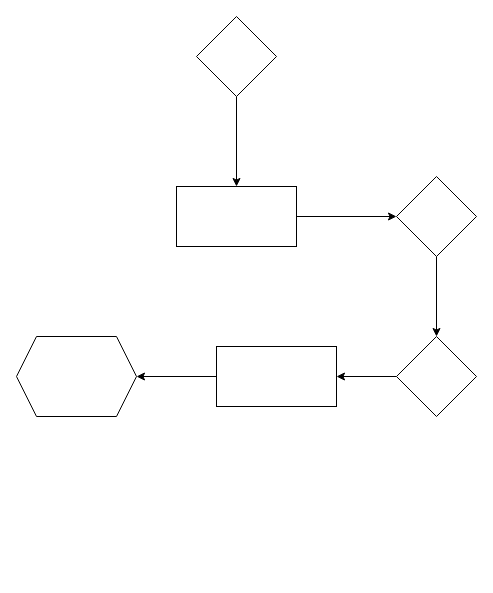
evekua/sapdiags keeps this draw.io diagram as flowcharts/ProcessTest.drawio. Above is the earlier version. Source tidied: cells renumbered, new cells numbered last; positions are measured from the earlier drawing's top-left corner, leaving out a move shared by most shapes. Both pictures are drawn from the tidied source at 100%, with x=0, y=0 at pixel (16, 16).
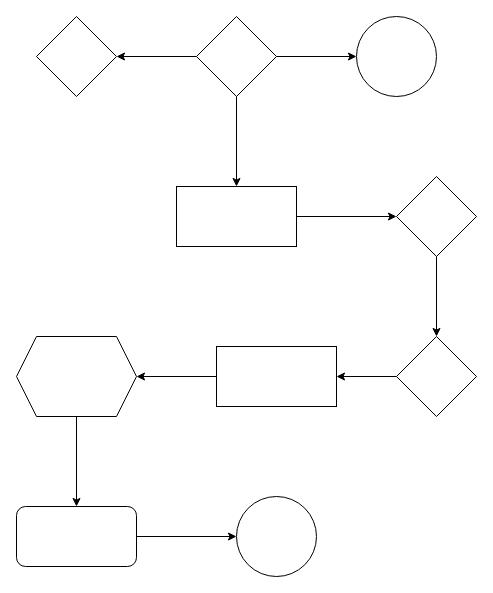
After the change.

Unchanged cells that the change refers to:
```xml
<mxCell id="3" style="rhombus;whiteSpace=wrap;html=1;" parent="1" vertex="1">
  <mxGeometry x="180" width="80" height="80" as="geometry" />
</mxCell>
<mxCell id="12" style="shape=hexagon;perimeter=hexagonPerimeter2;whiteSpace=wrap;html=1;fixedSize=1;" parent="1" vertex="1">
  <mxGeometry y="320" width="120" height="80" as="geometry" />
</mxCell>
```

Diff of the diagram source:
```diff
@@
+    <mxCell id="13" style="edgeStyle=orthogonalEdgeStyle;rounded=0;jettySize=auto;html=1;" parent="1" edge="1" source="3" target="19">
+      <mxGeometry relative="1" as="geometry" />
+    </mxCell>
+    <mxCell id="14" style="edgeStyle=orthogonalEdgeStyle;rounded=0;jettySize=auto;html=1;" parent="1" edge="1" source="3" target="20">
+      <mxGeometry relative="1" as="geometry" />
+    </mxCell>
@@
+    <mxCell id="15" style="edgeStyle=orthogonalEdgeStyle;rounded=0;jettySize=auto;html=1;" parent="1" edge="1" source="12" target="17">
+      <mxGeometry relative="1" as="geometry" />
+    </mxCell>
@@
+    <mxCell id="16" style="edgeStyle=orthogonalEdgeStyle;rounded=0;jettySize=auto;html=1;" parent="1" edge="1" source="17" target="18">
+      <mxGeometry relative="1" as="geometry" />
+    </mxCell>
+    <mxCell id="17" style="rounded=1;whiteSpace=wrap;html=1;" parent="1" vertex="1">
+      <mxGeometry y="490" width="120" height="60" as="geometry" />
+    </mxCell>
+    <mxCell id="18" style="ellipse;whiteSpace=wrap;html=1;rounded=1;" parent="1" vertex="1">
+      <mxGeometry x="220" y="480" width="80" height="80" as="geometry" />
+    </mxCell>
+    <mxCell id="19" style="rhombus;whiteSpace=wrap;html=1;" parent="1" vertex="1">
+      <mxGeometry x="20" width="80" height="80" as="geometry" />
+    </mxCell>
+    <mxCell id="20" style="ellipse;whiteSpace=wrap;html=1;" parent="1" vertex="1">
+      <mxGeometry x="340" width="80" height="80" as="geometry" />
+    </mxCell>
```
